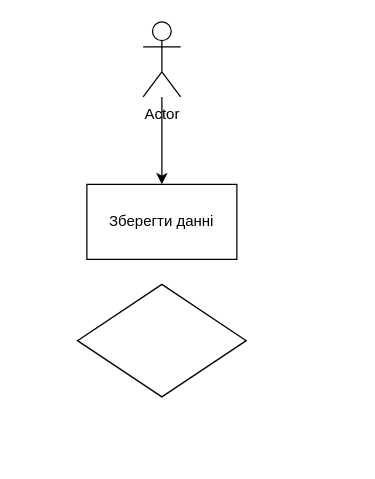
Above: Untitled Diagram.drawio in Anna1209z/UML1 (draw.io), before the change. Source tidied: cells renumbered, new cells numbered last; positions are measured from the earlier drawing's top-left corner, leaving out a move shared by most shapes. Both pictures are drawn from the tidied source at 125%, with x=0, y=0 at pixel (78, 21).
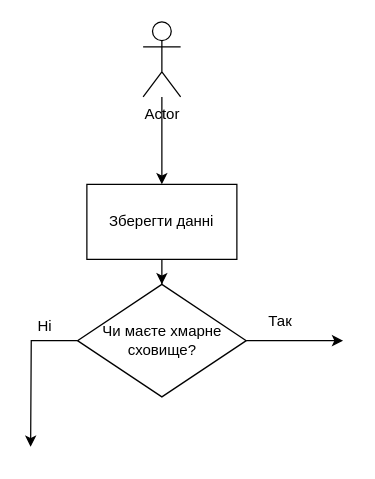
After the change.

What changed in the source:
```diff
@@
 <mxGraphModel>
   <root>
     <mxCell id="0" />
     <mxCell id="1" parent="0" />
     <mxCell id="2" style="edgeStyle=orthogonalEdgeStyle;rounded=0;jettySize=auto;html=1;" parent="1" edge="1" source="3" target="4">
       <mxGeometry relative="1" as="geometry" />
     </mxCell>
     <mxCell id="3" value="Actor" style="shape=umlActor;verticalLabelPosition=bottom;verticalAlign=top;html=1;outlineConnect=0;" parent="1" vertex="1">
       <mxGeometry x="52" width="30" height="60" as="geometry" />
     </mxCell>
+    <mxCell id="6" style="edgeStyle=orthogonalEdgeStyle;rounded=0;jettySize=auto;html=1;" parent="1" edge="1" source="4" target="5">
+      <mxGeometry relative="1" as="geometry" />
+    </mxCell>
     <mxCell id="4" value="Зберегти данні" style="rounded=0;whiteSpace=wrap;html=1;" parent="1" vertex="1">
       <mxGeometry x="7" y="130" width="120" height="60" as="geometry" />
     </mxCell>
+    <mxCell id="7" style="edgeStyle=orthogonalEdgeStyle;rounded=0;jettySize=auto;html=1;" parent="1" edge="1" source="5">
+      <mxGeometry relative="1" as="geometry">
+        <mxPoint x="-38" y="340" as="targetPoint" />
+      </mxGeometry>
+    </mxCell>
+    <mxCell id="8" style="edgeStyle=orthogonalEdgeStyle;rounded=0;jettySize=auto;html=1;" parent="1" edge="1" source="5">
+      <mxGeometry relative="1" as="geometry">
+        <mxPoint x="212" y="255" as="targetPoint" />
+      </mxGeometry>
+    </mxCell>
-    <mxCell id="5" style="rhombus;whiteSpace=wrap;html=1;" parent="1" vertex="1">
+    <mxCell id="5" value="Чи маєте хмарне сховище?" style="rhombus;whiteSpace=wrap;html=1;" parent="1" vertex="1">
       <mxGeometry x="-0.5" y="210" width="135" height="90" as="geometry" />
     </mxCell>
+    <mxCell id="9" value="Ні" style="text;strokeColor=none;fillColor=none;align=left;verticalAlign=top;spacingLeft=4;spacingRight=4;overflow=hidden;" parent="1" vertex="1">
+      <mxGeometry x="-38" y="230" width="60" height="26" as="geometry" />
+    </mxCell>
+    <mxCell id="10" value="Так" style="text;html=1;strokeColor=none;fillColor=none;align=center;verticalAlign=middle;whiteSpace=wrap;rounded=0;" parent="1" vertex="1">
+      <mxGeometry x="142" y="230" width="40" height="20" as="geometry" />
+    </mxCell>
   </root>
 </mxGraphModel>
```
